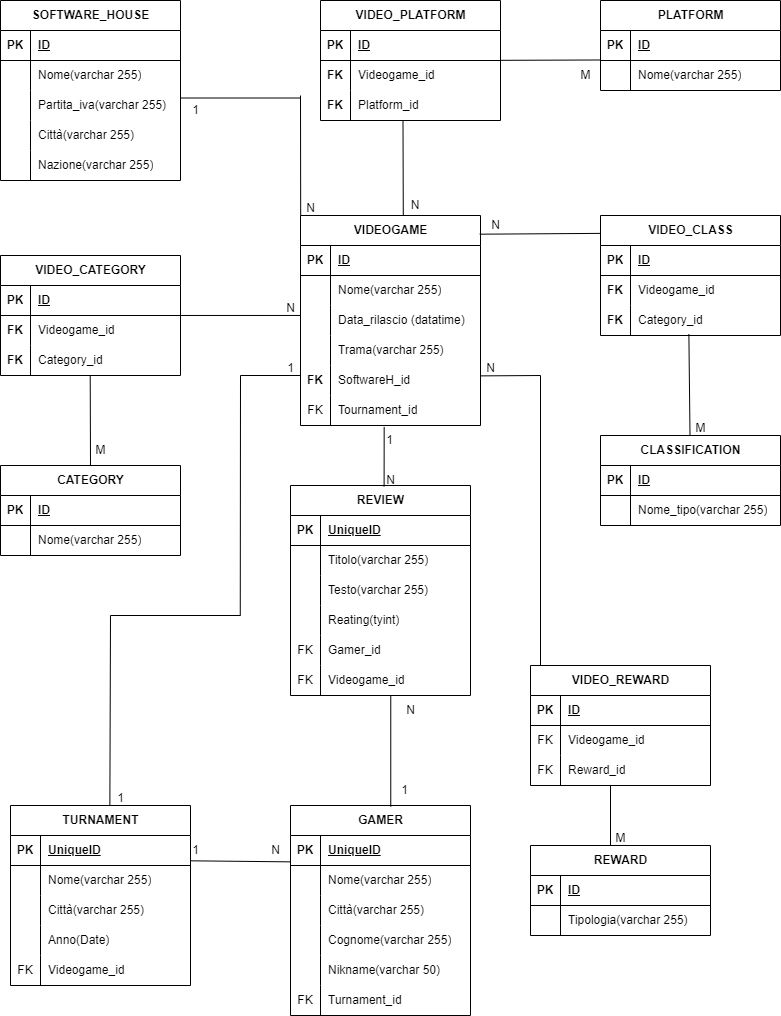
Before: db-videogames.drawio.png, a diagram exported from draw.io (GabryP91/db-videogames). Source tidied: cells renumbered, new cells last; positions are measured from the earlier drawing's top-left corner, leaving out a move shared by most shapes.
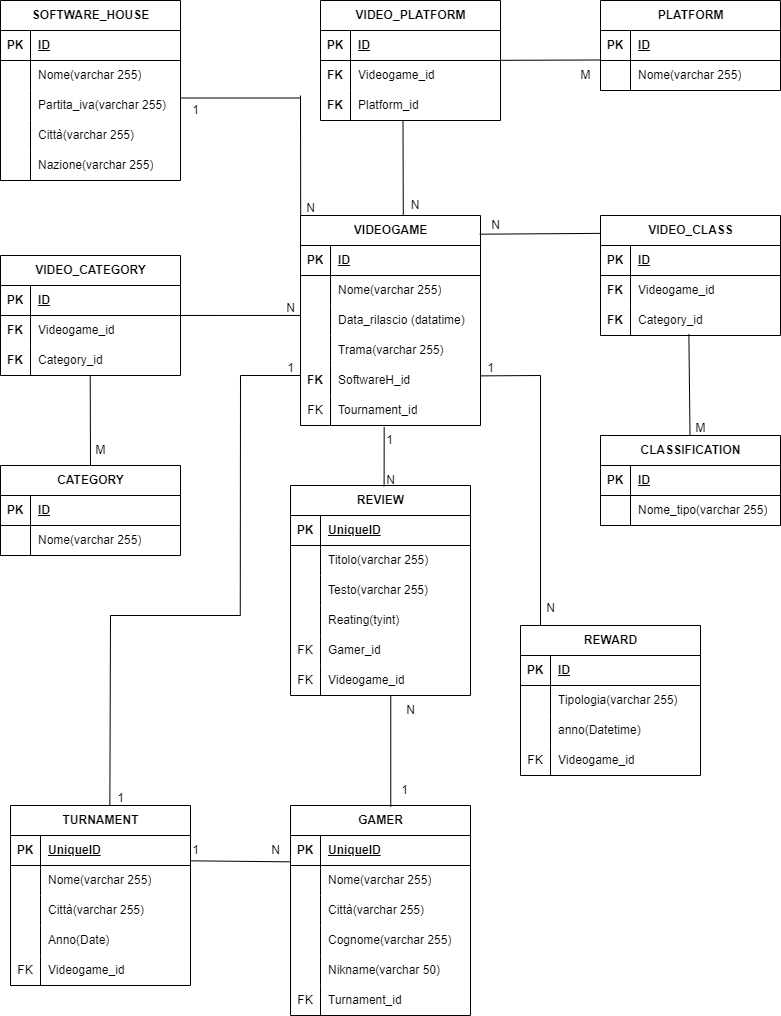
After the change.

Change to the diagram source:
```diff
@@ -503,40 +503,9 @@
     <mxCell id="165" value="N" style="text;html=1;align=center;verticalAlign=middle;strokeColor=none;fillColor=none;" parent="1" vertex="1">
       <mxGeometry x="260" y="835" width="30" height="30" as="geometry" />
     </mxCell>
-    <mxCell id="166" value="VIDEO_REWARD" style="shape=table;startSize=30;rowLines=0;fontStyle=1;align=center;html=1;" parent="1" vertex="1">
-      <mxGeometry x="530" y="665" width="180" height="120" as="geometry" />
-    </mxCell>
-    <mxCell id="167" style="shape=tableRow;horizontal=0;startSize=0;swimlaneHead=0;swimlaneBody=0;fillColor=none;top=0;left=0;right=0;bottom=1;" parent="166" vertex="1">
-      <mxGeometry y="30" width="180" height="30" as="geometry" />
-    </mxCell>
-    <mxCell id="168" value="PK" style="shape=partialRectangle;fillColor=none;top=0;left=0;bottom=0;right=0;fontStyle=1;overflow=hidden;whiteSpace=wrap;html=1;" parent="167" vertex="1">
-      <mxGeometry width="30" height="30" as="geometry" />
-    </mxCell>
-    <mxCell id="169" value="ID" style="shape=partialRectangle;fillColor=none;top=0;left=0;bottom=0;right=0;align=left;spacingLeft=6;fontStyle=5;overflow=hidden;whiteSpace=wrap;html=1;" parent="167" vertex="1">
-      <mxGeometry x="30" width="150" height="30" as="geometry" />
-    </mxCell>
-    <mxCell id="170" style="shape=tableRow;horizontal=0;startSize=0;swimlaneHead=0;swimlaneBody=0;fillColor=none;top=0;left=0;right=0;bottom=0;" parent="166" vertex="1">
-      <mxGeometry y="60" width="180" height="30" as="geometry" />
-    </mxCell>
-    <mxCell id="171" value="FK" style="shape=partialRectangle;fillColor=none;top=0;left=0;bottom=0;right=0;overflow=hidden;whiteSpace=wrap;html=1;" parent="170" vertex="1">
-      <mxGeometry width="30" height="30" as="geometry" />
-    </mxCell>
-    <mxCell id="172" value="Videogame_id" style="shape=partialRectangle;fillColor=none;top=0;left=0;bottom=0;right=0;align=left;spacingLeft=6;overflow=hidden;whiteSpace=wrap;html=1;" parent="170" vertex="1">
-      <mxGeometry x="30" width="150" height="30" as="geometry" />
-    </mxCell>
-    <mxCell id="173" style="shape=tableRow;horizontal=0;startSize=0;swimlaneHead=0;swimlaneBody=0;fillColor=none;top=0;left=0;right=0;bottom=0;" parent="166" vertex="1">
-      <mxGeometry y="90" width="180" height="30" as="geometry" />
-    </mxCell>
-    <mxCell id="174" value="FK" style="shape=partialRectangle;fillColor=none;top=0;left=0;bottom=0;right=0;overflow=hidden;whiteSpace=wrap;html=1;" parent="173" vertex="1">
-      <mxGeometry width="30" height="30" as="geometry" />
-    </mxCell>
-    <mxCell id="175" value="Reward_id" style="shape=partialRectangle;fillColor=none;top=0;left=0;bottom=0;right=0;align=left;spacingLeft=6;overflow=hidden;whiteSpace=wrap;html=1;" parent="173" vertex="1">
-      <mxGeometry x="30" width="150" height="30" as="geometry" />
-    </mxCell>
-    <mxCell id="176" style="endArrow=none;html=1;rounded=0;entryX=0.557;entryY=0.005;entryDx=0;entryDy=0;entryPerimeter=0;" parent="1" edge="1">
+    <mxCell id="176" style="endArrow=none;html=1;rounded=0;entryX=0.111;entryY=0;entryDx=0;entryDy=0;entryPerimeter=0;" parent="1" edge="1" target="179">
       <mxGeometry relative="1" as="geometry">
         <mxPoint x="540" y="375" as="sourcePoint" />
-        <mxPoint x="540" y="665" as="targetPoint" />
       </mxGeometry>
     </mxCell>
     <mxCell id="177" style="endArrow=none;html=1;rounded=0;exitX=1.001;exitY=0.346;exitDx=0;exitDy=0;exitPerimeter=0;" parent="1" edge="1" source="15">
@@ -544,11 +513,11 @@
         <mxPoint x="540" y="375" as="targetPoint" />
       </mxGeometry>
     </mxCell>
-    <mxCell id="178" value="N" style="text;html=1;align=center;verticalAlign=middle;strokeColor=none;fillColor=none;" parent="1" vertex="1">
+    <mxCell id="178" value="1" style="text;html=1;align=center;verticalAlign=middle;strokeColor=none;fillColor=none;" parent="1" vertex="1">
       <mxGeometry x="475" y="353" width="30" height="30" as="geometry" />
     </mxCell>
     <mxCell id="179" value="REWARD" style="shape=table;startSize=30;rowLines=0;fontStyle=1;align=center;html=1;" parent="1" vertex="1">
-      <mxGeometry x="530" y="845" width="180" height="90" as="geometry" />
+      <mxGeometry x="520" y="625" width="180" height="150" as="geometry" />
     </mxCell>
     <mxCell id="180" style="shape=tableRow;horizontal=0;startSize=0;swimlaneHead=0;swimlaneBody=0;fillColor=none;top=0;left=0;right=0;bottom=1;" parent="179" vertex="1">
       <mxGeometry y="30" width="180" height="30" as="geometry" />
@@ -568,15 +537,24 @@
     <mxCell id="185" value="Tipologia(varchar 255)" style="shape=partialRectangle;fillColor=none;top=0;left=0;bottom=0;right=0;align=left;spacingLeft=6;overflow=hidden;whiteSpace=wrap;html=1;" parent="183" vertex="1">
       <mxGeometry x="30" width="150" height="30" as="geometry" />
     </mxCell>
-    <mxCell id="186" style="endArrow=none;html=1;rounded=0;" parent="1" edge="1">
-      <mxGeometry relative="1" as="geometry">
-        <mxPoint x="610" y="785" as="sourcePoint" />
-        <mxPoint x="610" y="845" as="targetPoint" />
-      </mxGeometry>
-    </mxCell>
-    <mxCell id="187" value="M" style="text;html=1;align=center;verticalAlign=middle;strokeColor=none;fillColor=none;" parent="1" vertex="1">
-      <mxGeometry x="605" y="823" width="30" height="30" as="geometry" />
-    </mxCell>
+    <mxCell id="173" style="shape=tableRow;horizontal=0;startSize=0;swimlaneHead=0;swimlaneBody=0;fillColor=none;top=0;left=0;right=0;bottom=0;" parent="179" vertex="1">
+      <mxGeometry y="90" width="180" height="30" as="geometry" />
+    </mxCell>
+    <mxCell id="195" style="shape=partialRectangle;fillColor=none;top=0;left=0;bottom=0;right=0;overflow=hidden;whiteSpace=wrap;html=1;" parent="173" vertex="1">
+      <mxGeometry width="30" height="30" as="geometry" />
+    </mxCell>
+    <mxCell id="196" value="anno(Datetime)" style="shape=partialRectangle;fillColor=none;top=0;left=0;bottom=0;right=0;align=left;spacingLeft=6;overflow=hidden;whiteSpace=wrap;html=1;" parent="173" vertex="1">
+      <mxGeometry x="30" width="150" height="30" as="geometry" />
+    </mxCell>
+    <mxCell id="197" style="shape=tableRow;horizontal=0;startSize=0;swimlaneHead=0;swimlaneBody=0;fillColor=none;top=0;left=0;right=0;bottom=0;" parent="179" vertex="1">
+      <mxGeometry y="120" width="180" height="30" as="geometry" />
+    </mxCell>
+    <mxCell id="198" value="FK" style="shape=partialRectangle;fillColor=none;top=0;left=0;bottom=0;right=0;overflow=hidden;whiteSpace=wrap;html=1;" parent="197" vertex="1">
+      <mxGeometry width="30" height="30" as="geometry" />
+    </mxCell>
+    <mxCell id="172" value="Videogame_id" style="shape=partialRectangle;fillColor=none;top=0;left=0;bottom=0;right=0;align=left;spacingLeft=6;overflow=hidden;whiteSpace=wrap;html=1;" parent="197" vertex="1">
+      <mxGeometry x="30" width="150" height="30" as="geometry" />
+    </mxCell>
     <mxCell id="188" style="endArrow=none;html=1;rounded=0;entryX=0.552;entryY=0;entryDx=0;entryDy=0;entryPerimeter=0;" parent="1" edge="1" target="98">
       <mxGeometry relative="1" as="geometry">
         <mxPoint x="110" y="615" as="sourcePoint" />
@@ -609,5 +587,8 @@
     <mxCell id="194" value="1" style="text;html=1;align=center;verticalAlign=middle;strokeColor=none;fillColor=none;" parent="1" vertex="1">
       <mxGeometry x="374" y="425" width="30" height="30" as="geometry" />
     </mxCell>
+    <mxCell id="199" value="N" style="text;html=1;align=center;verticalAlign=middle;strokeColor=none;fillColor=none;" parent="1" vertex="1">
+      <mxGeometry x="535" y="593" width="30" height="30" as="geometry" />
+    </mxCell>
   </root>
 </mxGraphModel>
```
